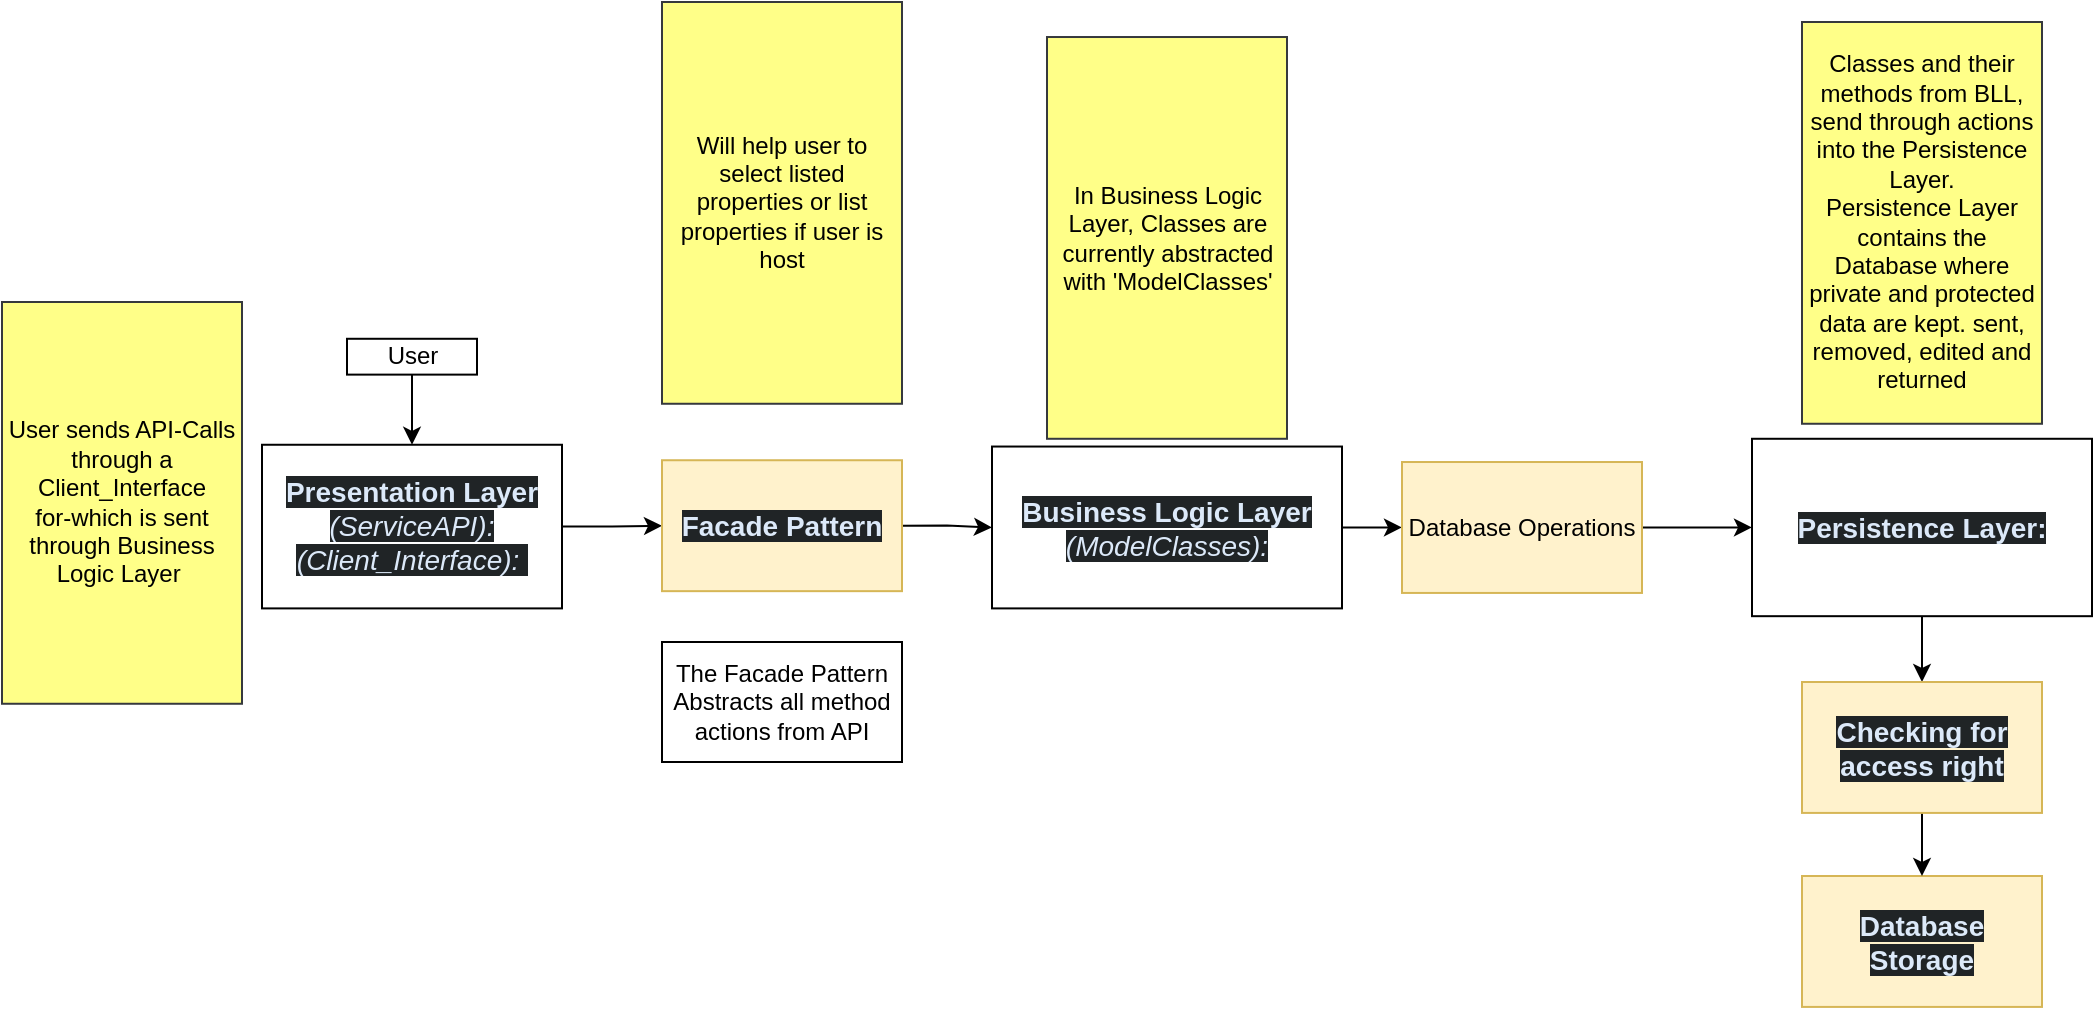
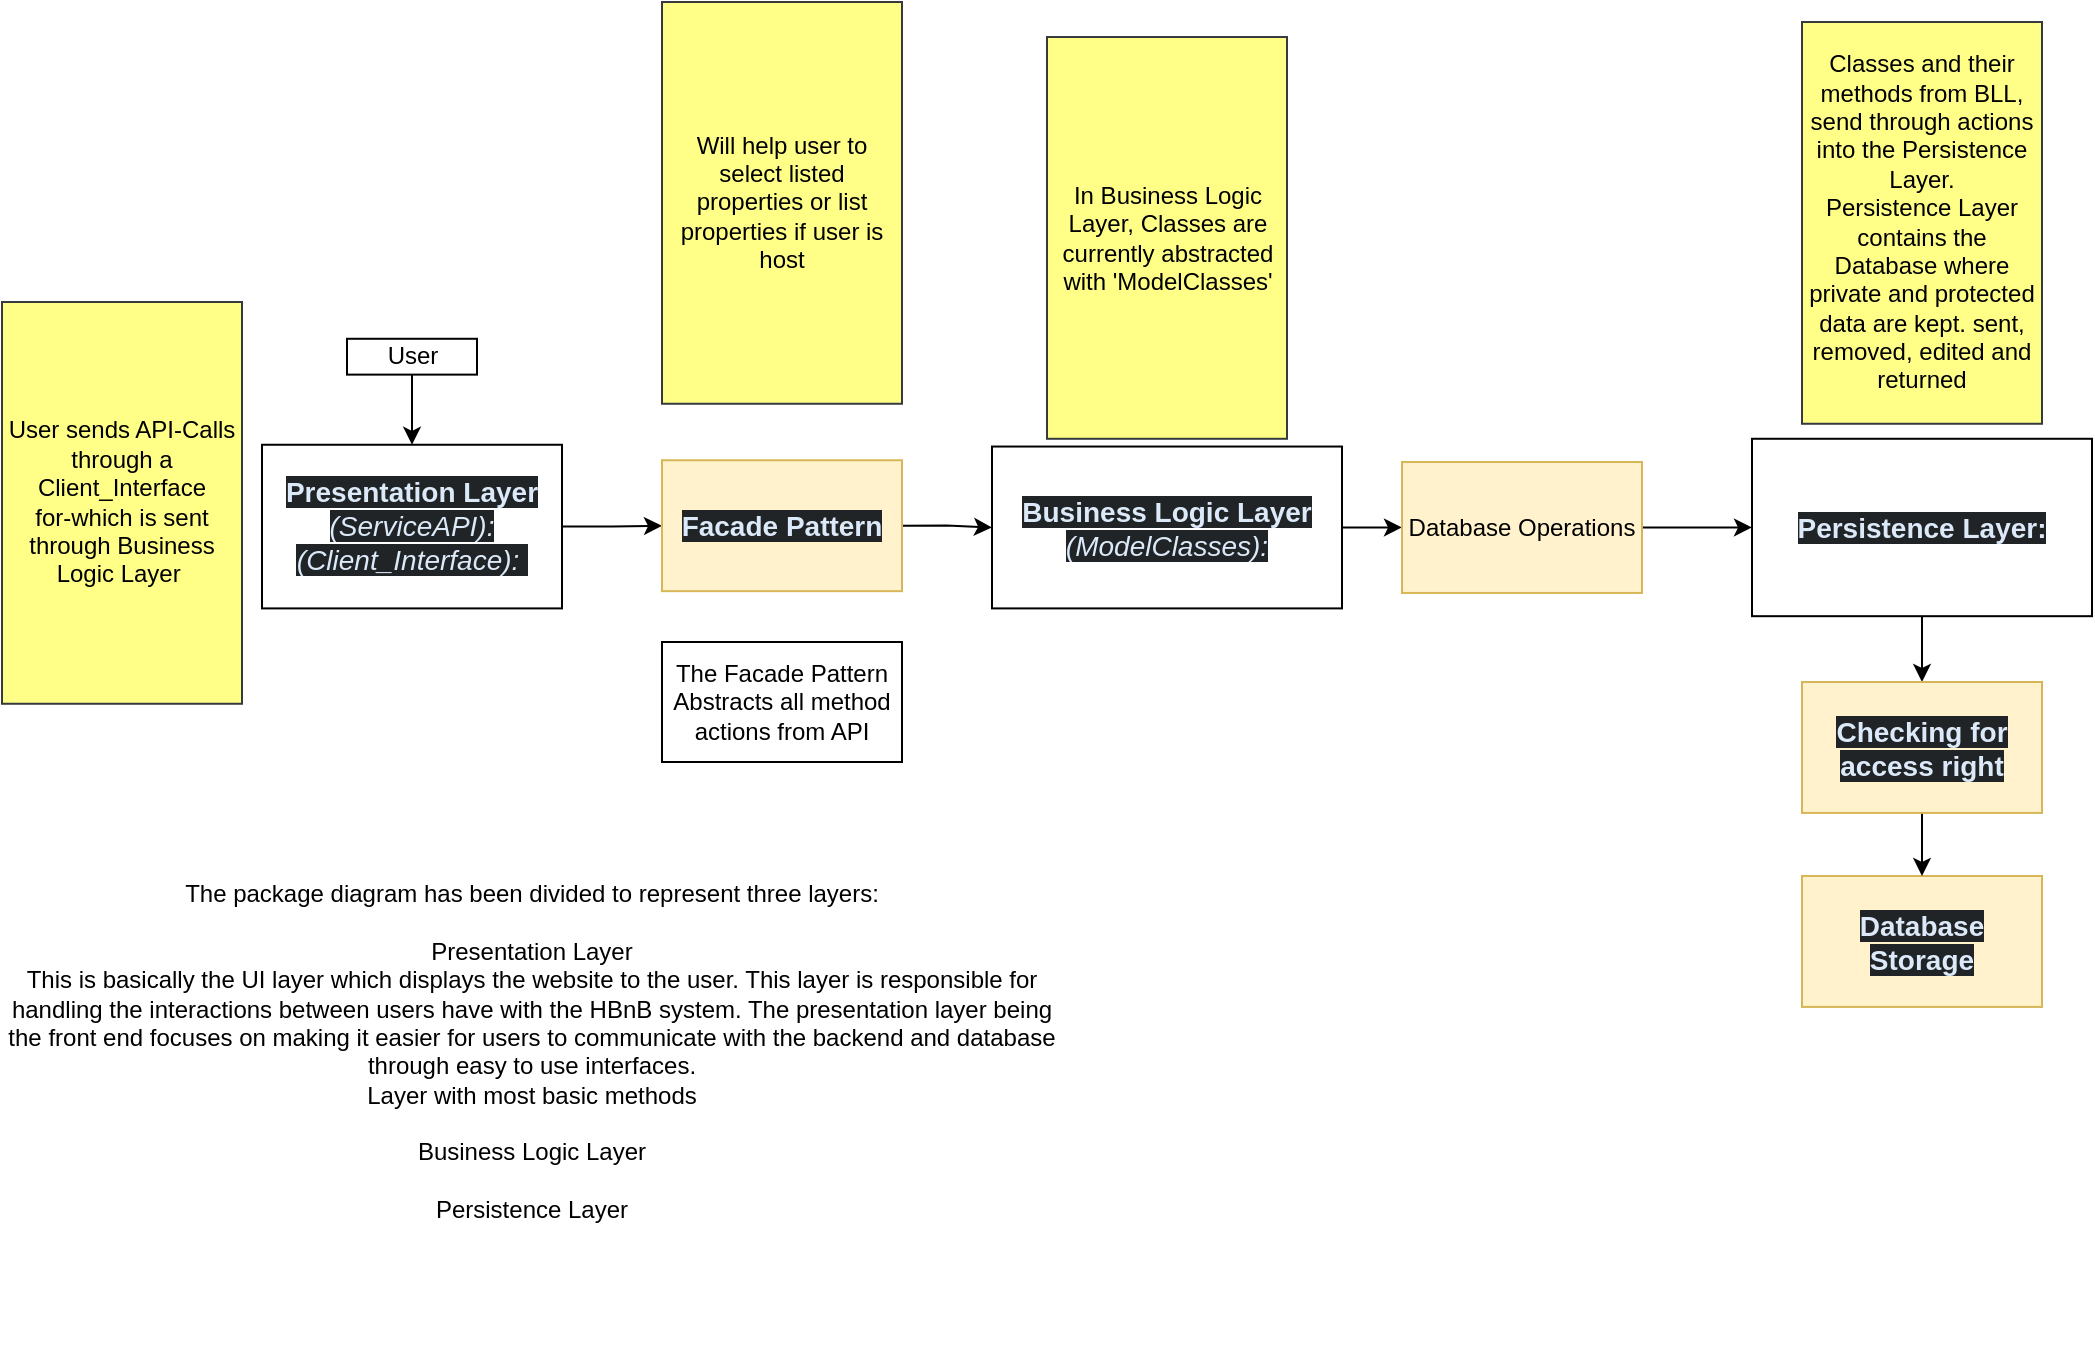
<mxfile host="app.diagrams.net">
  <diagram name="Page-1" id="2KrW7VEhyqmw7Nx4Ttr-">
-     <mxGraphModel dx="926" dy="519" grid="1" gridSize="10" guides="1" tooltips="1" connect="1" arrows="1" fold="1" page="1" pageScale="1" pageWidth="850" pageHeight="1100" math="0" shadow="0">
+     <mxGraphModel dx="689" dy="830" grid="1" gridSize="10" guides="1" tooltips="1" connect="1" arrows="1" fold="1" page="1" pageScale="1" pageWidth="850" pageHeight="1100" math="0" shadow="0">
      <root>
        <mxCell id="0" />
        <mxCell id="1" parent="0" />
        <mxCell id="vZHe2jEZJALmbnLdjFB--106" edge="1" parent="1" source="vZHe2jEZJALmbnLdjFB--105" style="edgeStyle=orthogonalEdgeStyle;rounded=0;orthogonalLoop=1;jettySize=auto;html=1;entryX=0.5;entryY=0;entryDx=0;entryDy=0;exitX=0.5;exitY=1;exitDx=0;exitDy=0;" target="vZHe2jEZJALmbnLdjFB--6" value="">
          <mxGeometry relative="1" as="geometry">
            <mxPoint x="360" y="250" as="sourcePoint" />
          </mxGeometry>
        </mxCell>
        <mxCell id="vZHe2jEZJALmbnLdjFB--6" parent="1" style="rounded=0;whiteSpace=wrap;html=1;" value="&lt;strong style=&quot;box-sizing: border-box; font-weight: bold; scrollbar-color: rgb(95, 99, 104) rgb(49, 54, 60); color: rgb(220, 233, 249); font-family: aktiv-grotesk, sans-serif; font-size: 14px; text-align: start; background-color: rgb(32, 36, 38);&quot;&gt;Presentation Layer &lt;/strong&gt;&lt;span style=&quot;box-sizing: border-box; scrollbar-color: rgb(95, 99, 104) rgb(49, 54, 60); color: rgb(220, 233, 249); font-family: aktiv-grotesk, sans-serif; font-size: 14px; text-align: start; background-color: rgb(32, 36, 38);&quot;&gt;&lt;i&gt;(ServiceAPI):&lt;/i&gt;&lt;/span&gt;&lt;div&gt;&lt;span style=&quot;color: rgb(220, 233, 249); font-family: aktiv-grotesk, sans-serif; font-size: 14px; text-align: start; background-color: rgb(32, 36, 38);&quot;&gt;&lt;i&gt;(Client_Interface):&amp;nbsp;&lt;/i&gt;&lt;/span&gt;&lt;/div&gt;" vertex="1">
          <mxGeometry height="81.82" width="150" x="400" y="301.38" as="geometry" />
        </mxCell>
        <mxCell id="vZHe2jEZJALmbnLdjFB--8" edge="1" parent="1" source="vZHe2jEZJALmbnLdjFB--10" style="edgeStyle=orthogonalEdgeStyle;rounded=0;orthogonalLoop=1;jettySize=auto;html=1;exitX=1;exitY=0.5;exitDx=0;exitDy=0;entryX=0;entryY=0.5;entryDx=0;entryDy=0;" target="vZHe2jEZJALmbnLdjFB--39">
          <mxGeometry relative="1" as="geometry" />
        </mxCell>
        <mxCell id="vZHe2jEZJALmbnLdjFB--10" parent="1" style="rounded=0;whiteSpace=wrap;html=1;" value="&lt;span style=&quot;box-sizing: border-box; scrollbar-color: rgb(95, 99, 104) rgb(49, 54, 60); color: rgb(220, 233, 249); font-family: aktiv-grotesk, sans-serif; font-size: 14px; text-align: start; background-color: rgb(32, 36, 38);&quot;&gt;&lt;b&gt;Business Logic Layer &lt;/b&gt;&lt;i style=&quot;&quot;&gt;(ModelClasses):&lt;/i&gt;&lt;/span&gt;" vertex="1">
          <mxGeometry height="80.93" width="175" x="765" y="302.27" as="geometry" />
        </mxCell>
        <mxCell id="vZHe2jEZJALmbnLdjFB--11" edge="1" parent="1" source="vZHe2jEZJALmbnLdjFB--12" style="edgeStyle=orthogonalEdgeStyle;rounded=0;orthogonalLoop=1;jettySize=auto;html=1;exitX=0.5;exitY=1;exitDx=0;exitDy=0;entryX=0.5;entryY=0;entryDx=0;entryDy=0;" target="vZHe2jEZJALmbnLdjFB--102">
          <mxGeometry relative="1" as="geometry" />
        </mxCell>
        <mxCell id="vZHe2jEZJALmbnLdjFB--12" parent="1" style="rounded=0;whiteSpace=wrap;html=1;" value="&lt;strong style=&quot;box-sizing: border-box; font-weight: bold; scrollbar-color: rgb(95, 99, 104) rgb(49, 54, 60); color: rgb(220, 233, 249); font-family: aktiv-grotesk, sans-serif; font-size: 14px; text-align: start; background-color: rgb(32, 36, 38);&quot;&gt;Persistence Layer:&lt;/strong&gt;" vertex="1">
          <mxGeometry height="88.7" width="170" x="1145" y="298.39" as="geometry" />
        </mxCell>
        <mxCell id="vZHe2jEZJALmbnLdjFB--29" parent="1" style="rounded=0;whiteSpace=wrap;html=1;align=center;fillColor=#fff2cc;strokeColor=#d6b656;" value="&lt;div style=&quot;&quot;&gt;&lt;font color=&quot;#dce9f9&quot; face=&quot;aktiv-grotesk, sans-serif&quot;&gt;&lt;span style=&quot;font-size: 14px; background-color: rgb(32, 36, 38);&quot;&gt;&lt;b&gt;Database&lt;br&gt;Storage&lt;/b&gt;&lt;/span&gt;&lt;/font&gt;&lt;/div&gt;" vertex="1">
          <mxGeometry height="65.46" width="120" x="1170" y="517" as="geometry" />
        </mxCell>
        <mxCell id="vZHe2jEZJALmbnLdjFB--35" edge="1" parent="1" source="vZHe2jEZJALmbnLdjFB--37" style="edgeStyle=orthogonalEdgeStyle;rounded=0;orthogonalLoop=1;jettySize=auto;html=1;exitX=1;exitY=0.5;exitDx=0;exitDy=0;" target="vZHe2jEZJALmbnLdjFB--10">
          <mxGeometry relative="1" as="geometry">
            <mxPoint x="750" y="339.5700000000001" as="sourcePoint" />
          </mxGeometry>
        </mxCell>
        <mxCell id="vZHe2jEZJALmbnLdjFB--36" edge="1" parent="1" source="vZHe2jEZJALmbnLdjFB--6" style="edgeStyle=orthogonalEdgeStyle;rounded=0;orthogonalLoop=1;jettySize=auto;html=1;exitX=1;exitY=0.5;exitDx=0;exitDy=0;entryX=0;entryY=0.5;entryDx=0;entryDy=0;" target="vZHe2jEZJALmbnLdjFB--37">
          <mxGeometry relative="1" as="geometry">
            <mxPoint x="575" y="430" as="targetPoint" />
          </mxGeometry>
        </mxCell>
        <mxCell id="vZHe2jEZJALmbnLdjFB--37" parent="1" style="rounded=0;whiteSpace=wrap;html=1;align=center;fillColor=#fff2cc;strokeColor=#d6b656;" value="&lt;div style=&quot;&quot;&gt;&lt;font color=&quot;#dce9f9&quot; face=&quot;aktiv-grotesk, sans-serif&quot;&gt;&lt;span style=&quot;font-size: 14px; background-color: rgb(32, 36, 38);&quot;&gt;&lt;b&gt;Facade Pattern&lt;/b&gt;&lt;/span&gt;&lt;/font&gt;&lt;/div&gt;" vertex="1">
          <mxGeometry height="65.46" width="120" x="600" y="309.11999999999995" as="geometry" />
        </mxCell>
        <mxCell id="vZHe2jEZJALmbnLdjFB--38" edge="1" parent="1" source="vZHe2jEZJALmbnLdjFB--39" style="edgeStyle=orthogonalEdgeStyle;rounded=0;orthogonalLoop=1;jettySize=auto;html=1;exitX=1;exitY=0.5;exitDx=0;exitDy=0;entryX=0;entryY=0.5;entryDx=0;entryDy=0;" target="vZHe2jEZJALmbnLdjFB--12">
          <mxGeometry relative="1" as="geometry" />
        </mxCell>
        <mxCell id="vZHe2jEZJALmbnLdjFB--39" parent="1" style="rounded=0;whiteSpace=wrap;html=1;align=center;fillColor=#fff2cc;strokeColor=#d6b656;" value="Database Operations" vertex="1">
          <mxGeometry height="65.46" width="120" x="970" y="310.01" as="geometry" />
        </mxCell>
        <mxCell id="vZHe2jEZJALmbnLdjFB--101" edge="1" parent="1" source="vZHe2jEZJALmbnLdjFB--102" style="edgeStyle=orthogonalEdgeStyle;rounded=0;orthogonalLoop=1;jettySize=auto;html=1;exitX=0.5;exitY=1;exitDx=0;exitDy=0;entryX=0.5;entryY=0;entryDx=0;entryDy=0;" target="vZHe2jEZJALmbnLdjFB--29">
          <mxGeometry relative="1" as="geometry">
            <mxPoint x="1460" y="530" as="targetPoint" />
          </mxGeometry>
        </mxCell>
        <mxCell id="vZHe2jEZJALmbnLdjFB--102" parent="1" style="rounded=0;whiteSpace=wrap;html=1;align=center;fillColor=#fff2cc;strokeColor=#d6b656;" value="&lt;div style=&quot;&quot;&gt;&lt;font color=&quot;#dce9f9&quot; face=&quot;aktiv-grotesk, sans-serif&quot;&gt;&lt;span style=&quot;font-size: 14px; background-color: rgb(32, 36, 38);&quot;&gt;&lt;b&gt;Checking for access right&lt;/b&gt;&lt;/span&gt;&lt;/font&gt;&lt;/div&gt;" vertex="1">
          <mxGeometry height="65.46" width="120" x="1170" y="420" as="geometry" />
        </mxCell>
        <mxCell id="vZHe2jEZJALmbnLdjFB--105" parent="1" style="whiteSpace=wrap;html=1;rounded=0;" value="User" vertex="1">
          <mxGeometry height="17.92" width="65" x="442.5" y="248.39" as="geometry" />
        </mxCell>
        <mxCell id="WIsYPLuYnzwIEppj4hiX-1" parent="1" style="rounded=0;whiteSpace=wrap;html=1;fillColor=light-dark(#FFFF88,#FFFF63);strokeColor=#36393d;fontColor=light-dark(#000000,#000000);" value="User sends API-Calls through a Client_Interface&lt;br&gt;for-which is sent through Business Logic Layer&amp;nbsp;" vertex="1">
          <mxGeometry height="200.88" width="120" x="270" y="230" as="geometry" />
        </mxCell>
        <mxCell id="WIsYPLuYnzwIEppj4hiX-2" parent="1" style="rounded=0;whiteSpace=wrap;html=1;fillColor=light-dark(#FFFF88,#FFFF63);strokeColor=#36393d;fontColor=light-dark(#000000,#000000);" value="In Business Logic Layer, Classes are currently abstracted with &#39;ModelClasses&#39;" vertex="1">
          <mxGeometry height="200.88" width="120" x="792.5" y="97.51" as="geometry" />
        </mxCell>
        <mxCell id="WIsYPLuYnzwIEppj4hiX-3" parent="1" style="rounded=0;whiteSpace=wrap;html=1;fillColor=light-dark(#FFFF88,#FFFF63);strokeColor=#36393d;fontColor=light-dark(#000000,#000000);" value="Classes and their methods from BLL,&lt;br&gt;send through actions into the Persistence Layer.&lt;br&gt;Persistence Layer contains the Database where private and protected data are kept. sent, removed, edited and returned" vertex="1">
          <mxGeometry height="200.88" width="120" x="1170" y="90" as="geometry" />
        </mxCell>
        <mxCell id="WgZE8rlp9okLk8PS5iAP-1" parent="1" style="rounded=0;whiteSpace=wrap;html=1;fillColor=light-dark(#FFFF88,#FFFF63);strokeColor=#36393d;fontColor=light-dark(#000000,#000000);" value="Will help user to select listed properties or list properties if user is host" vertex="1">
          <mxGeometry height="200.88" width="120" x="600" y="80" as="geometry" />
        </mxCell>
        <mxCell id="jcnPVMmyGXToek09mdS7-1" parent="1" style="rounded=0;whiteSpace=wrap;html=1;" value="The Facade Pattern Abstracts all method actions from API" vertex="1">
          <mxGeometry height="60" width="120" x="600" y="400" as="geometry" />
        </mxCell>
+         <mxCell id="3AgvAKh3npFNZkdtQLno-1" parent="1" style="text;html=1;whiteSpace=wrap;strokeColor=none;fillColor=none;align=center;verticalAlign=middle;rounded=0;" value="The package diagram has been divided to represent three layers:&lt;br&gt;&lt;br&gt;Presentation Layer&lt;div&gt;This is basically the UI layer which displays the website to the user. This layer is responsible for handling the interactions between users have with the HBnB system. The presentation layer being the front end focuses on making it easier for users to communicate with the backend and database through easy to use interfaces.&lt;br&gt;Layer with most basic methods&lt;br&gt;&lt;br&gt;Business Logic Layer&lt;div&gt;&lt;br&gt;&lt;/div&gt;&lt;div&gt;Persistence Layer&lt;br&gt;&lt;div&gt;&lt;br&gt;&lt;/div&gt;&lt;/div&gt;&lt;/div&gt;" vertex="1">
+           <mxGeometry height="303" width="530" x="270" y="460" as="geometry" />
+         </mxCell>
      </root>
    </mxGraphModel>
  </diagram>
</mxfile>
